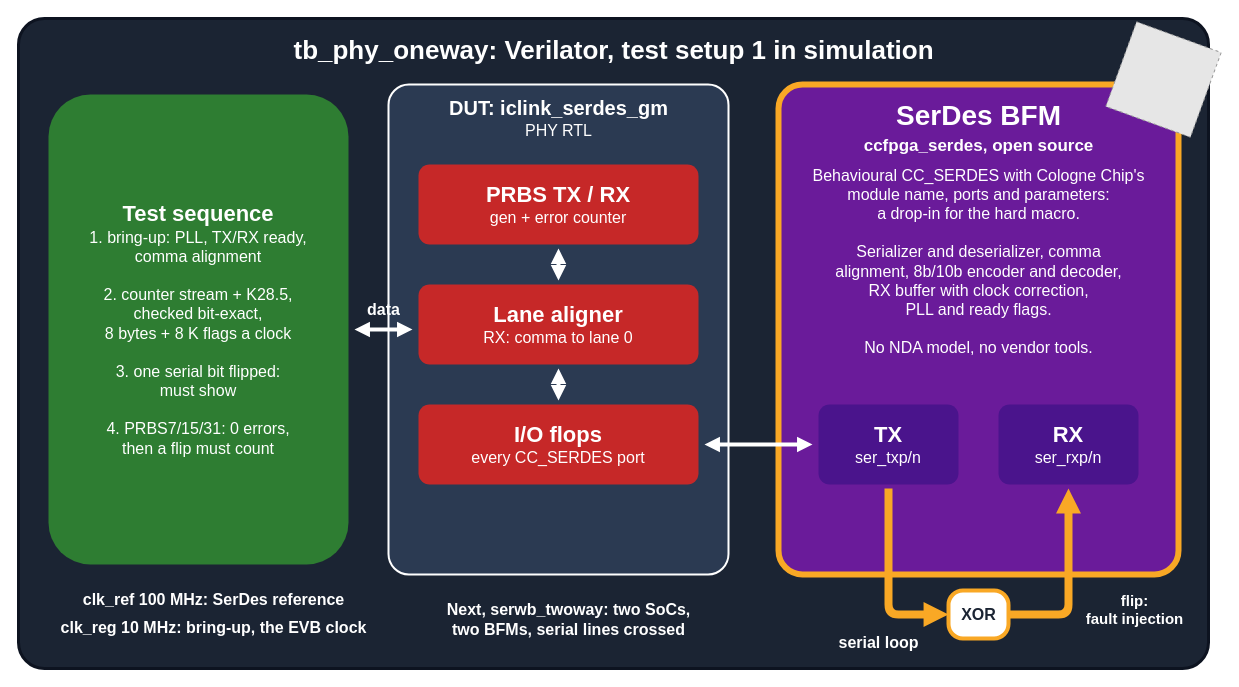
Before: 7.SerDes/0.doc/iclink-tb.drawio in chili-chips-ba/openCologne, a draw.io diagram. Source tidied: cells renumbered, new cells numbered last; positions are measured from the earlier drawing's top-left corner, leaving out a move shared by most shapes. Both pictures are drawn from the tidied source at 100%, with x=0, y=0 at pixel (18, 18). Pictures stored in the file or linked from it are replaced by grey dashed boxes.
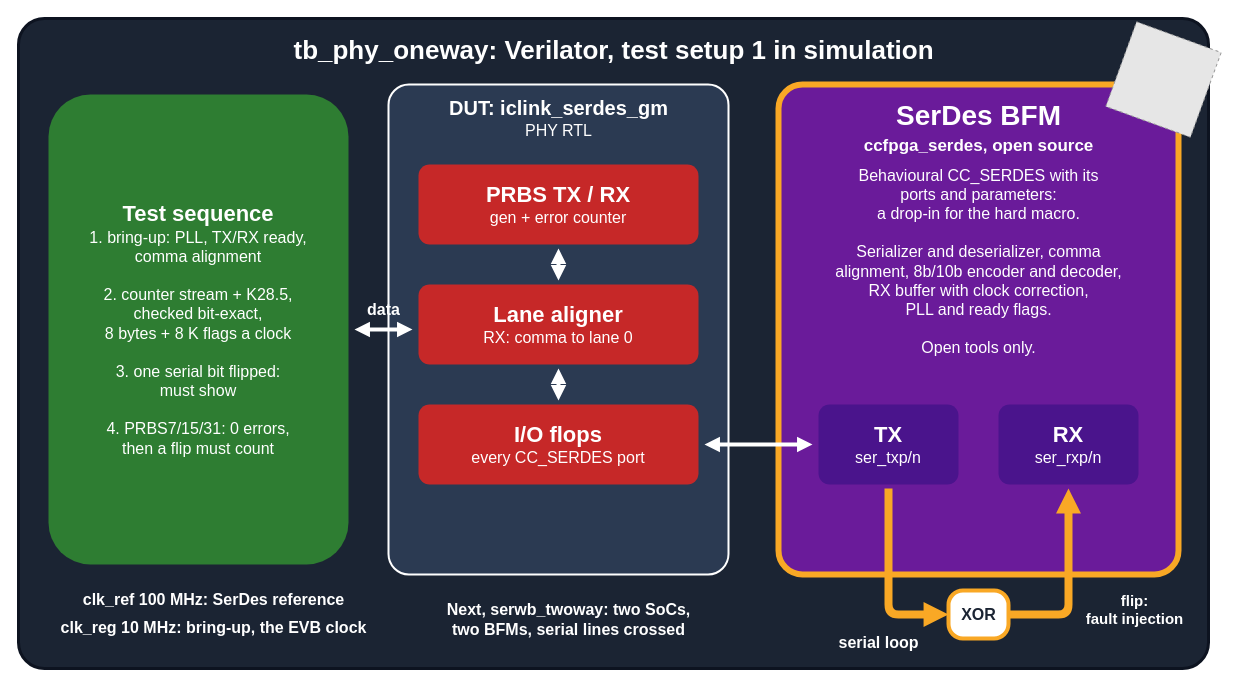
The same diagram, later.

Diff of the diagram source:
```diff
@@
-    <mxCell id="18" value="Behavioural CC_SERDES with Cologne Chip's&lt;br&gt;module name, ports and parameters:&lt;br&gt;a drop-in for the hard macro.&lt;br&gt;&lt;br&gt;Serializer and deserializer, comma&lt;br&gt;alignment, 8b/10b encoder and decoder,&lt;br&gt;RX buffer with clock correction,&lt;br&gt;PLL and ready flags.&lt;br&gt;&lt;br&gt;No NDA model, no vendor tools." style="text;html=1;align=center;verticalAlign=middle;fontSize=16;fontStyle=0;fontColor=#ffffff;fontFamily=Helvetica;" parent="1" vertex="1">
+    <mxCell id="18" value="Behavioural CC_SERDES with its&lt;br&gt;ports and parameters:&lt;br&gt;a drop-in for the hard macro.&lt;br&gt;&lt;br&gt;Serializer and deserializer, comma&lt;br&gt;alignment, 8b/10b encoder and decoder,&lt;br&gt;RX buffer with clock correction,&lt;br&gt;PLL and ready flags.&lt;br&gt;&lt;br&gt;Open tools only." style="text;html=1;align=center;verticalAlign=middle;fontSize=16;fontStyle=0;fontColor=#ffffff;fontFamily=Helvetica;" parent="1" vertex="1">
       <mxGeometry x="775" y="148" width="370" height="190" as="geometry" />
     </mxCell>
```
